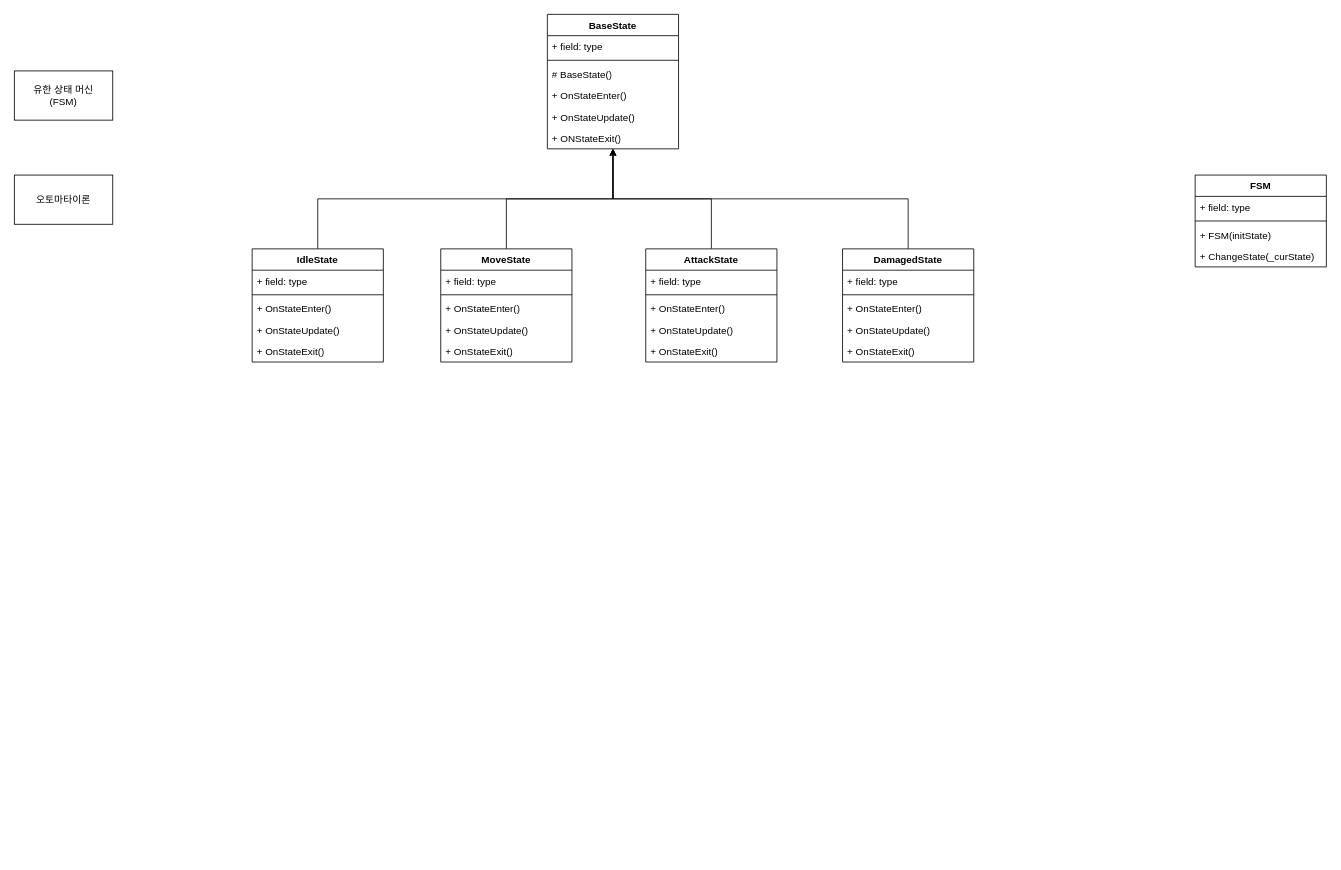
Earlier version of the draw.io diagram StateMachineFlowChart.drawio (hu4nana/ClassIdeas). Source tidied: cells renumbered, new cells numbered last; positions are measured from the earlier drawing's top-left corner, leaving out a move shared by most shapes. Both pictures are drawn from the tidied source at 82%, with x=0, y=0 at pixel (14, 14).
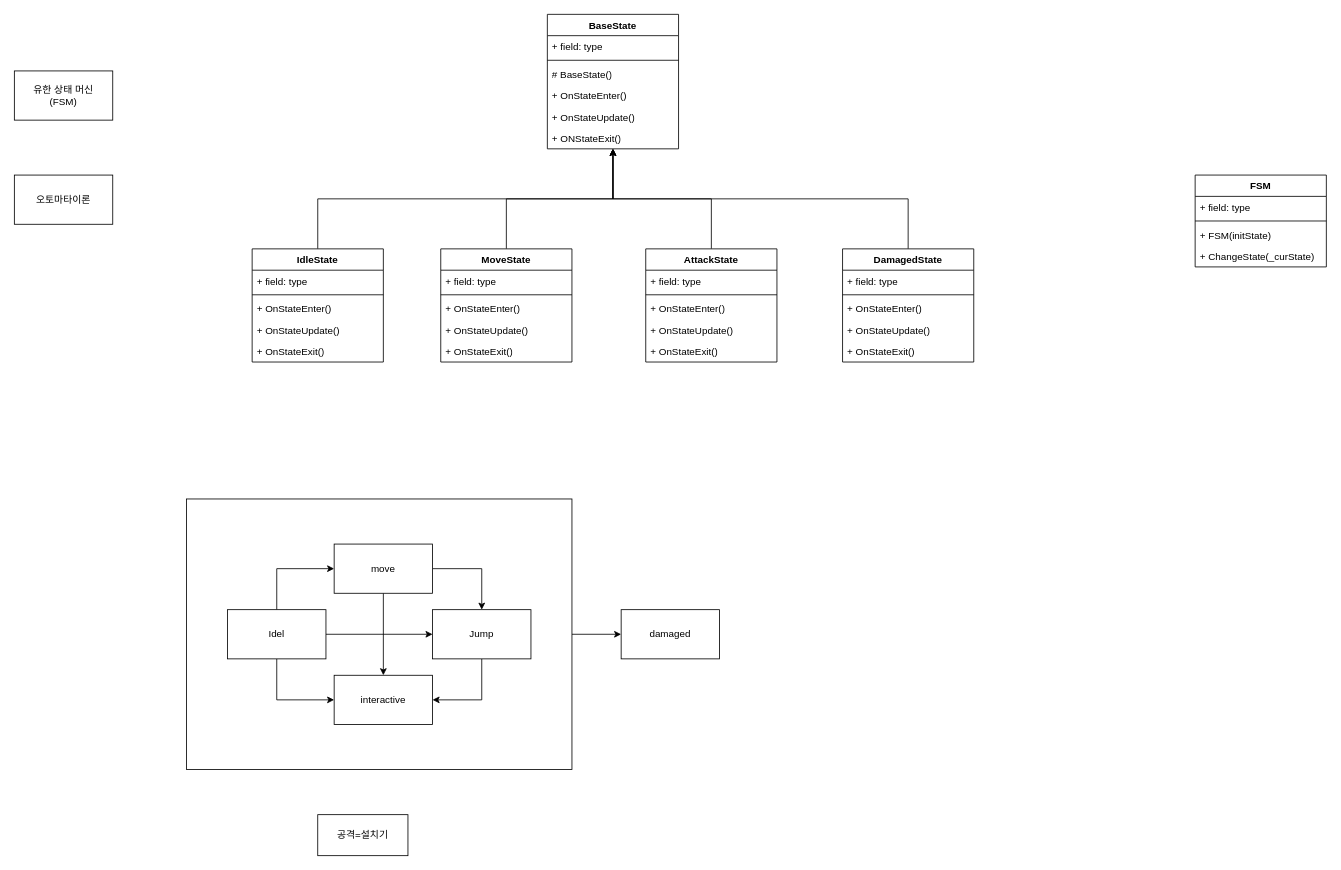
Above is the later version.

Change to the diagram source:
```diff
@@
+    <mxCell id="44" style="edgeStyle=orthogonalEdgeStyle;rounded=0;jettySize=auto;html=1;" parent="1" edge="1" source="45" target="55">
+      <mxGeometry relative="1" as="geometry" />
+    </mxCell>
+    <mxCell id="45" style="rounded=0;whiteSpace=wrap;html=1;" parent="1" vertex="1">
+      <mxGeometry x="210" y="591" width="470" height="330" as="geometry" />
+    </mxCell>
@@
+    <mxCell id="46" style="edgeStyle=orthogonalEdgeStyle;rounded=0;jettySize=auto;html=1;entryX=0;entryY=0.5;entryDx=0;entryDy=0;exitX=0.5;exitY=0;exitDx=0;exitDy=0;" parent="1" edge="1" source="49" target="52">
+      <mxGeometry relative="1" as="geometry" />
+    </mxCell>
+    <mxCell id="47" style="edgeStyle=orthogonalEdgeStyle;rounded=0;jettySize=auto;html=1;entryX=0;entryY=0.5;entryDx=0;entryDy=0;" parent="1" edge="1" source="49" target="54">
+      <mxGeometry relative="1" as="geometry" />
+    </mxCell>
+    <mxCell id="48" style="edgeStyle=orthogonalEdgeStyle;rounded=0;jettySize=auto;html=1;entryX=0;entryY=0.5;entryDx=0;entryDy=0;exitX=0.5;exitY=1;exitDx=0;exitDy=0;" parent="1" edge="1" source="49" target="56">
+      <mxGeometry relative="1" as="geometry" />
+    </mxCell>
+    <mxCell id="49" value="Idel" style="rounded=0;whiteSpace=wrap;html=1;" parent="1" vertex="1">
+      <mxGeometry x="260" y="726" width="120" height="60" as="geometry" />
+    </mxCell>
+    <mxCell id="50" style="edgeStyle=orthogonalEdgeStyle;rounded=0;jettySize=auto;html=1;exitX=1;exitY=0.5;exitDx=0;exitDy=0;" parent="1" edge="1" source="52" target="54">
+      <mxGeometry relative="1" as="geometry" />
+    </mxCell>
+    <mxCell id="51" style="edgeStyle=orthogonalEdgeStyle;rounded=0;jettySize=auto;html=1;entryX=0.5;entryY=0;entryDx=0;entryDy=0;" parent="1" edge="1" source="52" target="56">
+      <mxGeometry relative="1" as="geometry" />
+    </mxCell>
+    <mxCell id="52" value="move" style="rounded=0;whiteSpace=wrap;html=1;" parent="1" vertex="1">
+      <mxGeometry x="390" y="646" width="120" height="60" as="geometry" />
+    </mxCell>
+    <mxCell id="53" style="edgeStyle=orthogonalEdgeStyle;rounded=0;jettySize=auto;html=1;entryX=1;entryY=0.5;entryDx=0;entryDy=0;" parent="1" edge="1" source="54" target="56">
+      <mxGeometry relative="1" as="geometry" />
+    </mxCell>
+    <mxCell id="54" value="Jump" style="rounded=0;whiteSpace=wrap;html=1;" parent="1" vertex="1">
+      <mxGeometry x="510" y="726" width="120" height="60" as="geometry" />
+    </mxCell>
+    <mxCell id="55" value="damaged" style="rounded=0;whiteSpace=wrap;html=1;" parent="1" vertex="1">
+      <mxGeometry x="740" y="726" width="120" height="60" as="geometry" />
+    </mxCell>
+    <mxCell id="56" value="interactive" style="rounded=0;whiteSpace=wrap;html=1;" parent="1" vertex="1">
+      <mxGeometry x="390" y="806" width="120" height="60" as="geometry" />
+    </mxCell>
+    <mxCell id="57" value="공격=설치기" style="html=1;whiteSpace=wrap;" parent="1" vertex="1">
+      <mxGeometry x="370" y="976" width="110" height="50" as="geometry" />
+    </mxCell>
```
